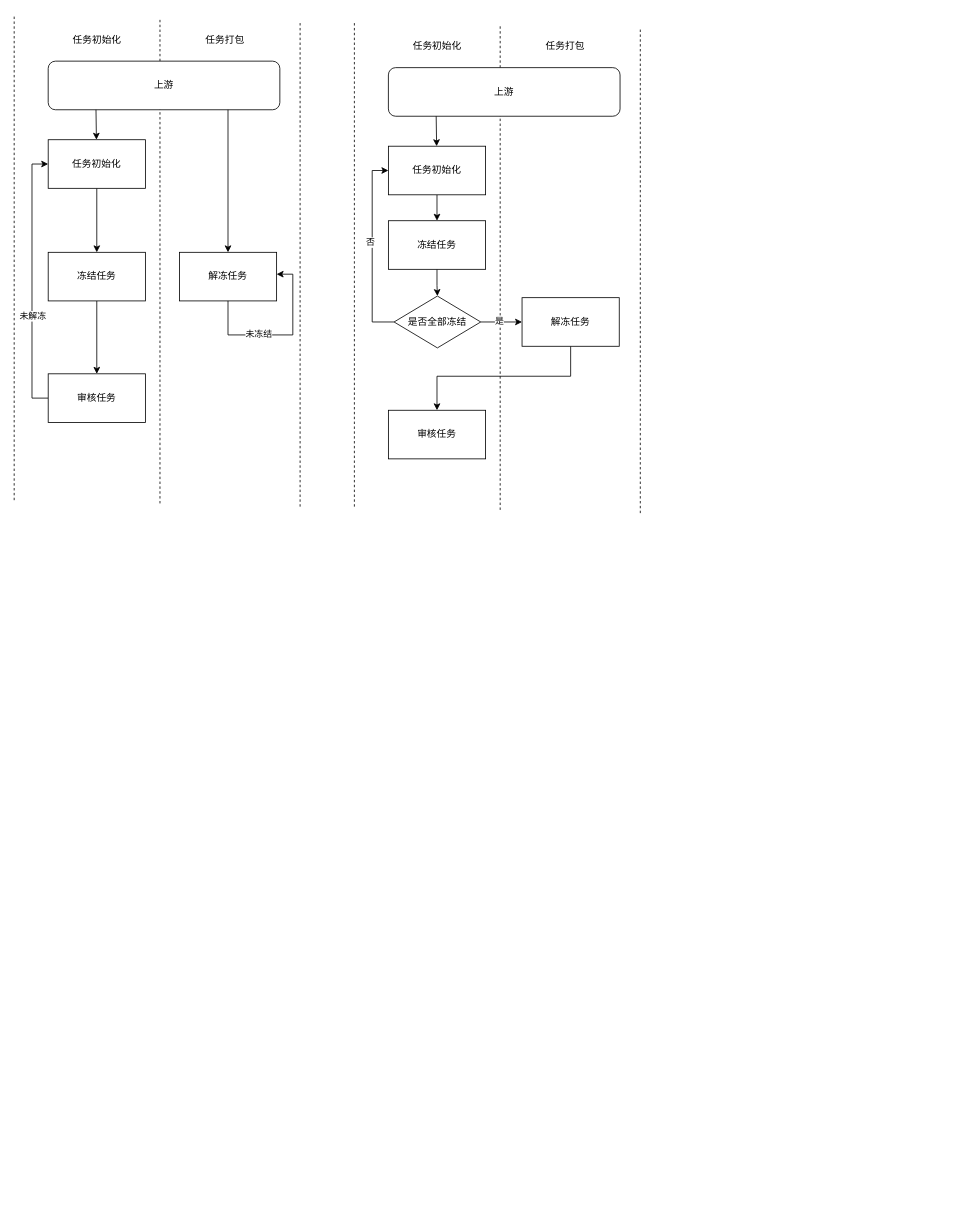
The draw.io diagram 未命名绘图.drawio in uncleacc/draw.io, before the edit. Source tidied: cells renumbered, new cells numbered last; positions are measured from the earlier drawing's top-left corner, leaving out a move shared by most shapes. Both pictures are drawn from the tidied source at 81%, with x=0, y=0 at pixel (14, 14).
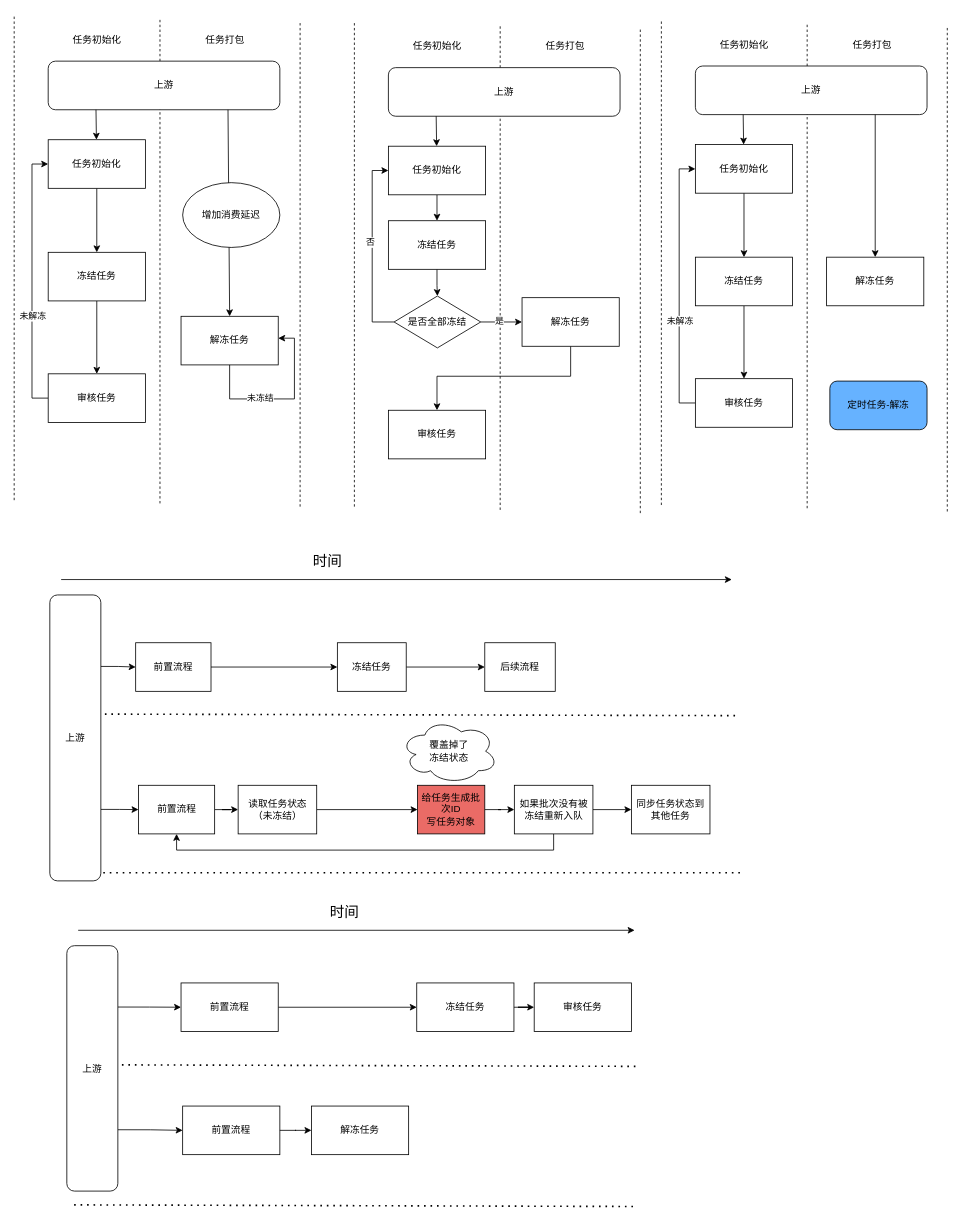
After the change.

Commit message:
已添加 未命名绘图.drawio

What changed in the source:
```diff
@@
     <mxCell id="14" style="edgeStyle=orthogonalEdgeStyle;rounded=0;orthogonalLoop=1;jettySize=auto;html=1;entryX=1;entryY=0.5;entryDx=0;entryDy=0;" parent="1" edge="1">
       <mxGeometry relative="1" as="geometry">
-        <mxPoint x="264" y="351" as="sourcePoint" />
-        <mxPoint x="324" y="321" as="targetPoint" />
+        <mxPoint x="266" y="430" as="sourcePoint" />
+        <mxPoint x="326" y="400" as="targetPoint" />
         <Array as="points">
-          <mxPoint x="264" y="396" />
-          <mxPoint x="344" y="396" />
-          <mxPoint x="344" y="321" />
+          <mxPoint x="266" y="475" />
+          <mxPoint x="346" y="475" />
+          <mxPoint x="346" y="400" />
         </Array>
       </mxGeometry>
     </mxCell>
@@
     <mxCell id="16" value="解冻任务" style="rounded=0;whiteSpace=wrap;html=1;" parent="1" vertex="1">
-      <mxGeometry x="204" y="294" width="120" height="60" as="geometry" />
+      <mxGeometry x="206" y="373" width="120" height="60" as="geometry" />
     </mxCell>
@@
+    <mxCell id="39" style="endArrow=none;dashed=1;html=1;rounded=0;" parent="1" edge="1">
+      <mxGeometry relative="1" as="geometry">
+        <mxPoint x="799" y="606" as="sourcePoint" />
+        <mxPoint x="799" y="6" as="targetPoint" />
+      </mxGeometry>
+    </mxCell>
+    <mxCell id="40" style="endArrow=none;dashed=1;html=1;rounded=0;" parent="1" edge="1">
+      <mxGeometry relative="1" as="geometry">
+        <mxPoint x="979" y="610" as="sourcePoint" />
+        <mxPoint x="979" y="10" as="targetPoint" />
+      </mxGeometry>
+    </mxCell>
+    <mxCell id="41" style="endArrow=none;dashed=1;html=1;rounded=0;" parent="1" edge="1">
+      <mxGeometry relative="1" as="geometry">
+        <mxPoint x="1152" y="614" as="sourcePoint" />
+        <mxPoint x="1152" y="14" as="targetPoint" />
+      </mxGeometry>
+    </mxCell>
+    <mxCell id="42" style="edgeStyle=orthogonalEdgeStyle;rounded=0;jettySize=auto;html=1;exitX=0.5;exitY=1;exitDx=0;exitDy=0;entryX=0.5;entryY=0;entryDx=0;entryDy=0;" parent="1" edge="1" source="43" target="45">
+      <mxGeometry relative="1" as="geometry" />
+    </mxCell>
+    <mxCell id="43" value="任务初始化" style="rounded=0;whiteSpace=wrap;html=1;" parent="1" vertex="1">
+      <mxGeometry x="841" y="161" width="120" height="60" as="geometry" />
+    </mxCell>
+    <mxCell id="44" style="edgeStyle=orthogonalEdgeStyle;rounded=0;jettySize=auto;html=1;exitX=0.5;exitY=1;exitDx=0;exitDy=0;" parent="1" edge="1" source="45" target="48">
+      <mxGeometry relative="1" as="geometry" />
+    </mxCell>
+    <mxCell id="45" value="冻结任务" style="rounded=0;whiteSpace=wrap;html=1;" parent="1" vertex="1">
+      <mxGeometry x="841" y="300" width="120" height="60" as="geometry" />
+    </mxCell>
+    <mxCell id="46" style="edgeStyle=orthogonalEdgeStyle;rounded=0;jettySize=auto;html=1;entryX=0;entryY=0.5;entryDx=0;entryDy=0;" parent="1" edge="1" source="48" target="43">
+      <mxGeometry relative="1" as="geometry">
+        <Array as="points">
+          <mxPoint x="821" y="480" />
+          <mxPoint x="821" y="191" />
+        </Array>
+      </mxGeometry>
+    </mxCell>
+    <mxCell id="47" value="未解冻" style="edgeLabel;html=1;align=center;verticalAlign=middle;" parent="46" vertex="1">
+      <mxGeometry x="-0.26" relative="1" as="geometry" />
+    </mxCell>
+    <mxCell id="48" value="审核任务" style="rounded=0;whiteSpace=wrap;html=1;" parent="1" vertex="1">
+      <mxGeometry x="841" y="450" width="120" height="60" as="geometry" />
+    </mxCell>
+    <mxCell id="49" value="任务初始化" style="text;html=1;align=center;verticalAlign=middle;whiteSpace=wrap;rounded=0;" parent="1" vertex="1">
+      <mxGeometry x="866.5" y="23" width="69" height="30" as="geometry" />
+    </mxCell>
+    <mxCell id="50" value="任务打包" style="text;html=1;align=center;verticalAlign=middle;whiteSpace=wrap;rounded=0;" parent="1" vertex="1">
+      <mxGeometry x="1024.5" y="23" width="69" height="30" as="geometry" />
+    </mxCell>
+    <mxCell id="51" value="解冻任务" style="rounded=0;whiteSpace=wrap;html=1;" parent="1" vertex="1">
+      <mxGeometry x="1003" y="300" width="120" height="60" as="geometry" />
+    </mxCell>
+    <mxCell id="52" value="上游" style="rounded=1;whiteSpace=wrap;html=1;" parent="1" vertex="1">
+      <mxGeometry x="841" y="64" width="286" height="60" as="geometry" />
+    </mxCell>
+    <mxCell id="53" style="endArrow=classic;html=1;rounded=0;" parent="1" edge="1" target="43">
+      <mxGeometry relative="1" as="geometry">
+        <mxPoint x="900" y="124" as="sourcePoint" />
+      </mxGeometry>
+    </mxCell>
+    <mxCell id="54" style="endArrow=classic;html=1;rounded=0;entryX=0.5;entryY=0;entryDx=0;entryDy=0;" parent="1" edge="1" target="51">
+      <mxGeometry relative="1" as="geometry">
+        <mxPoint x="1063" y="124" as="sourcePoint" />
+      </mxGeometry>
+    </mxCell>
+    <mxCell id="55" value="定时任务-解冻" style="rounded=1;whiteSpace=wrap;html=1;fillColor=#66B2FF;" parent="1" vertex="1">
+      <mxGeometry x="1007" y="453" width="120" height="60" as="geometry" />
+    </mxCell>
+    <mxCell id="56" style="edgeStyle=orthogonalEdgeStyle;rounded=0;jettySize=auto;html=1;exitX=1;exitY=0.25;exitDx=0;exitDy=0;entryX=0;entryY=0.5;entryDx=0;entryDy=0;" parent="1" edge="1" source="69" target="60">
+      <mxGeometry relative="1" as="geometry" />
+    </mxCell>
+    <mxCell id="57" style="endArrow=classic;html=1;rounded=0;" parent="1" edge="1">
+      <mxGeometry relative="1" as="geometry">
+        <mxPoint x="58" y="698" as="sourcePoint" />
+        <mxPoint x="886" y="698" as="targetPoint" />
+      </mxGeometry>
+    </mxCell>
+    <mxCell id="58" value="&lt;font style=&quot;font-size: 18px;&quot;&gt;时间&lt;/font&gt;" style="text;html=1;align=center;verticalAlign=middle;whiteSpace=wrap;rounded=0;" parent="1" vertex="1">
+      <mxGeometry x="338" y="657" width="98" height="37" as="geometry" />
+    </mxCell>
+    <mxCell id="59" style="edgeStyle=orthogonalEdgeStyle;rounded=0;jettySize=auto;html=1;entryX=0;entryY=0.5;entryDx=0;entryDy=0;" parent="1" edge="1" source="60" target="62">
+      <mxGeometry relative="1" as="geometry" />
+    </mxCell>
+    <mxCell id="60" value="前置流程" style="rounded=0;whiteSpace=wrap;html=1;" parent="1" vertex="1">
+      <mxGeometry x="150" y="776" width="93" height="60" as="geometry" />
+    </mxCell>
+    <mxCell id="61" style="edgeStyle=orthogonalEdgeStyle;rounded=0;jettySize=auto;html=1;entryX=0;entryY=0.5;entryDx=0;entryDy=0;" parent="1" edge="1" source="62" target="63">
+      <mxGeometry relative="1" as="geometry" />
+    </mxCell>
+    <mxCell id="62" value="冻结任务" style="rounded=0;whiteSpace=wrap;html=1;" parent="1" vertex="1">
+      <mxGeometry x="399" y="776" width="85" height="60" as="geometry" />
+    </mxCell>
+    <mxCell id="63" value="后续流程" style="rounded=0;whiteSpace=wrap;html=1;" parent="1" vertex="1">
+      <mxGeometry x="581" y="776" width="87" height="60" as="geometry" />
+    </mxCell>
+    <mxCell id="64" style="edgeStyle=orthogonalEdgeStyle;rounded=0;jettySize=auto;html=1;entryX=0;entryY=0.5;entryDx=0;entryDy=0;" parent="1" edge="1" source="65" target="73">
+      <mxGeometry relative="1" as="geometry" />
+    </mxCell>
+    <mxCell id="65" value="读取任务状态&lt;div&gt;（未冻结）&lt;/div&gt;" style="rounded=0;whiteSpace=wrap;html=1;" parent="1" vertex="1">
+      <mxGeometry x="276.5" y="952" width="97" height="60" as="geometry" />
+    </mxCell>
+    <mxCell id="66" style="endArrow=none;dashed=1;html=1;dashPattern=1 3;strokeWidth=2;rounded=0;" parent="1" edge="1">
+      <mxGeometry relative="1" as="geometry">
+        <mxPoint x="56" y="864" as="sourcePoint" />
+        <mxPoint x="895" y="866" as="targetPoint" />
+      </mxGeometry>
+    </mxCell>
+    <mxCell id="67" style="endArrow=none;dashed=1;html=1;dashPattern=1 3;strokeWidth=2;rounded=0;" parent="1" edge="1">
+      <mxGeometry relative="1" as="geometry">
+        <mxPoint x="62" y="1060" as="sourcePoint" />
+        <mxPoint x="902" y="1060" as="targetPoint" />
+      </mxGeometry>
+    </mxCell>
+    <mxCell id="68" style="edgeStyle=orthogonalEdgeStyle;rounded=0;jettySize=auto;html=1;exitX=1;exitY=0.75;exitDx=0;exitDy=0;entryX=0;entryY=0.5;entryDx=0;entryDy=0;" parent="1" edge="1" source="69" target="71">
+      <mxGeometry relative="1" as="geometry" />
+    </mxCell>
+    <mxCell id="69" value="上游" style="rounded=1;whiteSpace=wrap;html=1;" parent="1" vertex="1">
+      <mxGeometry x="44" y="717" width="63" height="353" as="geometry" />
+    </mxCell>
+    <mxCell id="70" style="edgeStyle=orthogonalEdgeStyle;rounded=0;jettySize=auto;html=1;entryX=0;entryY=0.5;entryDx=0;entryDy=0;" parent="1" edge="1" source="71" target="65">
+      <mxGeometry relative="1" as="geometry" />
+    </mxCell>
+    <mxCell id="71" value="前置流程" style="rounded=0;whiteSpace=wrap;html=1;" parent="1" vertex="1">
+      <mxGeometry x="153.5" y="952" width="94" height="60" as="geometry" />
+    </mxCell>
+    <mxCell id="72" style="edgeStyle=orthogonalEdgeStyle;rounded=0;jettySize=auto;html=1;entryX=0;entryY=0.5;entryDx=0;entryDy=0;" parent="1" edge="1" source="73" target="77">
+      <mxGeometry relative="1" as="geometry" />
+    </mxCell>
+    <mxCell id="73" value="给任务生成批次ID&lt;div&gt;写任务对象&lt;/div&gt;" style="whiteSpace=wrap;html=1;rounded=0;fillColor=#EA6B66;" parent="1" vertex="1">
+      <mxGeometry x="498" y="952" width="83" height="60" as="geometry" />
+    </mxCell>
+    <mxCell id="74" value="覆盖掉了&lt;div&gt;冻结状态&lt;/div&gt;" style="ellipse;shape=cloud;whiteSpace=wrap;html=1;" parent="1" vertex="1">
+      <mxGeometry x="477" y="870" width="120" height="80" as="geometry" />
+    </mxCell>
+    <mxCell id="75" style="edgeStyle=orthogonalEdgeStyle;rounded=0;jettySize=auto;html=1;entryX=0;entryY=0.5;entryDx=0;entryDy=0;" parent="1" edge="1" source="77" target="93">
+      <mxGeometry relative="1" as="geometry" />
+    </mxCell>
+    <mxCell id="76" style="edgeStyle=orthogonalEdgeStyle;rounded=0;jettySize=auto;html=1;entryX=0.5;entryY=1;entryDx=0;entryDy=0;" parent="1" edge="1" source="77" target="71">
+      <mxGeometry relative="1" as="geometry">
+        <Array as="points">
+          <mxPoint x="666" y="1032" />
+          <mxPoint x="201" y="1032" />
+        </Array>
+      </mxGeometry>
+    </mxCell>
+    <mxCell id="77" value="如果批次没有被冻结重新入队" style="rounded=0;whiteSpace=wrap;html=1;" parent="1" vertex="1">
+      <mxGeometry x="617.5" y="952" width="97" height="60" as="geometry" />
+    </mxCell>
+    <mxCell id="78" style="edgeStyle=orthogonalEdgeStyle;rounded=0;jettySize=auto;html=1;exitX=1;exitY=0.25;exitDx=0;exitDy=0;entryX=0;entryY=0.5;entryDx=0;entryDy=0;" parent="1" edge="1" source="89" target="82">
+      <mxGeometry relative="1" as="geometry" />
+    </mxCell>
+    <mxCell id="79" style="endArrow=classic;html=1;rounded=0;" parent="1" edge="1">
+      <mxGeometry relative="1" as="geometry">
+        <mxPoint x="79" y="1131" as="sourcePoint" />
+        <mxPoint x="766" y="1131" as="targetPoint" />
+      </mxGeometry>
+    </mxCell>
+    <mxCell id="80" value="&lt;font style=&quot;font-size: 18px;&quot;&gt;时间&lt;/font&gt;" style="text;html=1;align=center;verticalAlign=middle;whiteSpace=wrap;rounded=0;" parent="1" vertex="1">
+      <mxGeometry x="359" y="1090" width="98" height="37" as="geometry" />
+    </mxCell>
+    <mxCell id="81" style="edgeStyle=orthogonalEdgeStyle;rounded=0;jettySize=auto;html=1;entryX=0;entryY=0.5;entryDx=0;entryDy=0;" parent="1" edge="1" source="82" target="84">
+      <mxGeometry relative="1" as="geometry" />
+    </mxCell>
+    <mxCell id="82" value="前置流程" style="rounded=0;whiteSpace=wrap;html=1;" parent="1" vertex="1">
+      <mxGeometry x="206" y="1196" width="120" height="60" as="geometry" />
+    </mxCell>
+    <mxCell id="83" style="edgeStyle=orthogonalEdgeStyle;rounded=0;jettySize=auto;html=1;entryX=0;entryY=0.5;entryDx=0;entryDy=0;" parent="1" edge="1" source="84" target="85">
+      <mxGeometry relative="1" as="geometry" />
+    </mxCell>
+    <mxCell id="84" value="冻结任务" style="rounded=0;whiteSpace=wrap;html=1;" parent="1" vertex="1">
+      <mxGeometry x="497" y="1196" width="120" height="60" as="geometry" />
+    </mxCell>
+    <mxCell id="85" value="审核任务" style="rounded=0;whiteSpace=wrap;html=1;" parent="1" vertex="1">
+      <mxGeometry x="642" y="1196" width="120" height="60" as="geometry" />
+    </mxCell>
+    <mxCell id="86" style="endArrow=none;dashed=1;html=1;dashPattern=1 3;strokeWidth=2;rounded=0;" parent="1" edge="1">
+      <mxGeometry relative="1" as="geometry">
+        <mxPoint x="77" y="1297" as="sourcePoint" />
+        <mxPoint x="769" y="1299" as="targetPoint" />
+      </mxGeometry>
+    </mxCell>
+    <mxCell id="87" style="endArrow=none;dashed=1;html=1;dashPattern=1 3;strokeWidth=2;rounded=0;" parent="1" edge="1">
+      <mxGeometry relative="1" as="geometry">
+        <mxPoint x="74" y="1470" as="sourcePoint" />
+        <mxPoint x="766" y="1472" as="targetPoint" />
+      </mxGeometry>
+    </mxCell>
+    <mxCell id="88" style="edgeStyle=orthogonalEdgeStyle;rounded=0;jettySize=auto;html=1;exitX=1;exitY=0.75;exitDx=0;exitDy=0;entryX=0;entryY=0.5;entryDx=0;entryDy=0;" parent="1" edge="1" source="89" target="90">
+      <mxGeometry relative="1" as="geometry" />
+    </mxCell>
+    <mxCell id="89" value="上游" style="rounded=1;whiteSpace=wrap;html=1;" parent="1" vertex="1">
+      <mxGeometry x="65" y="1150" width="63" height="303" as="geometry" />
+    </mxCell>
+    <mxCell id="90" value="前置流程" style="rounded=0;whiteSpace=wrap;html=1;" parent="1" vertex="1">
+      <mxGeometry x="208" y="1348" width="120" height="60" as="geometry" />
+    </mxCell>
+    <mxCell id="91" style="edgeStyle=orthogonalEdgeStyle;rounded=0;jettySize=auto;html=1;" parent="1" edge="1" source="90" target="92">
+      <mxGeometry relative="1" as="geometry" />
+    </mxCell>
+    <mxCell id="92" value="解冻任务" style="rounded=0;whiteSpace=wrap;html=1;" parent="1" vertex="1">
+      <mxGeometry x="367" y="1348" width="120" height="60" as="geometry" />
+    </mxCell>
+    <mxCell id="93" value="同步任务状态到其他任务" style="whiteSpace=wrap;html=1;rounded=0;" parent="1" vertex="1">
+      <mxGeometry x="762" y="952" width="97" height="60" as="geometry" />
+    </mxCell>
+    <mxCell id="94" value="增加消费延迟" style="ellipse;whiteSpace=wrap;html=1;" parent="1" vertex="1">
+      <mxGeometry x="208" y="208" width="120" height="80" as="geometry" />
+    </mxCell>
```
